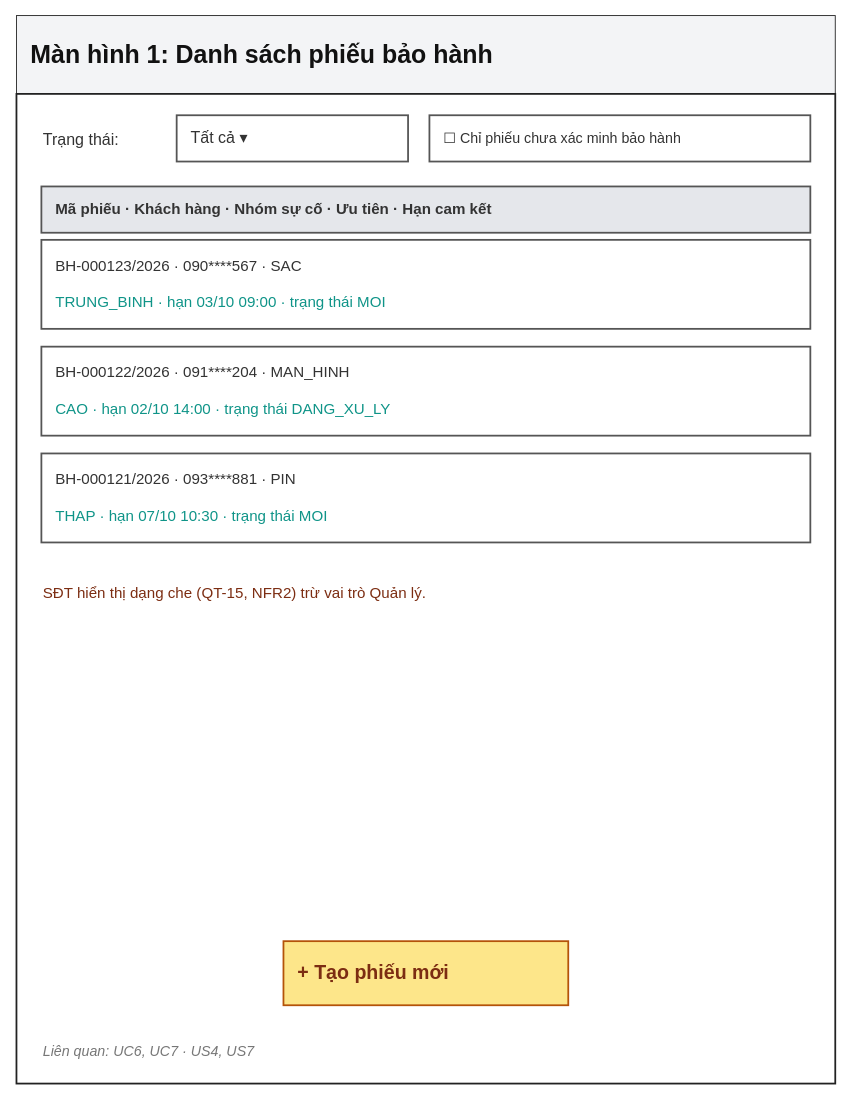
doanxuantien2374802010493/smartcrm-2374802010493-tiep-nhan-bao-hanh keeps this draw.io diagram as page "Màn hình 1 - Danh sách" (1 of 3) of docs/wireframe.drawio. Above is the earlier version. Source tidied: cells renumbered, new cells numbered last; positions are measured from the earlier drawing's top-left corner, leaving out a move shared by most shapes. Both pictures are drawn from the tidied source at 89%, with x=0, y=0 at pixel (16, 15).
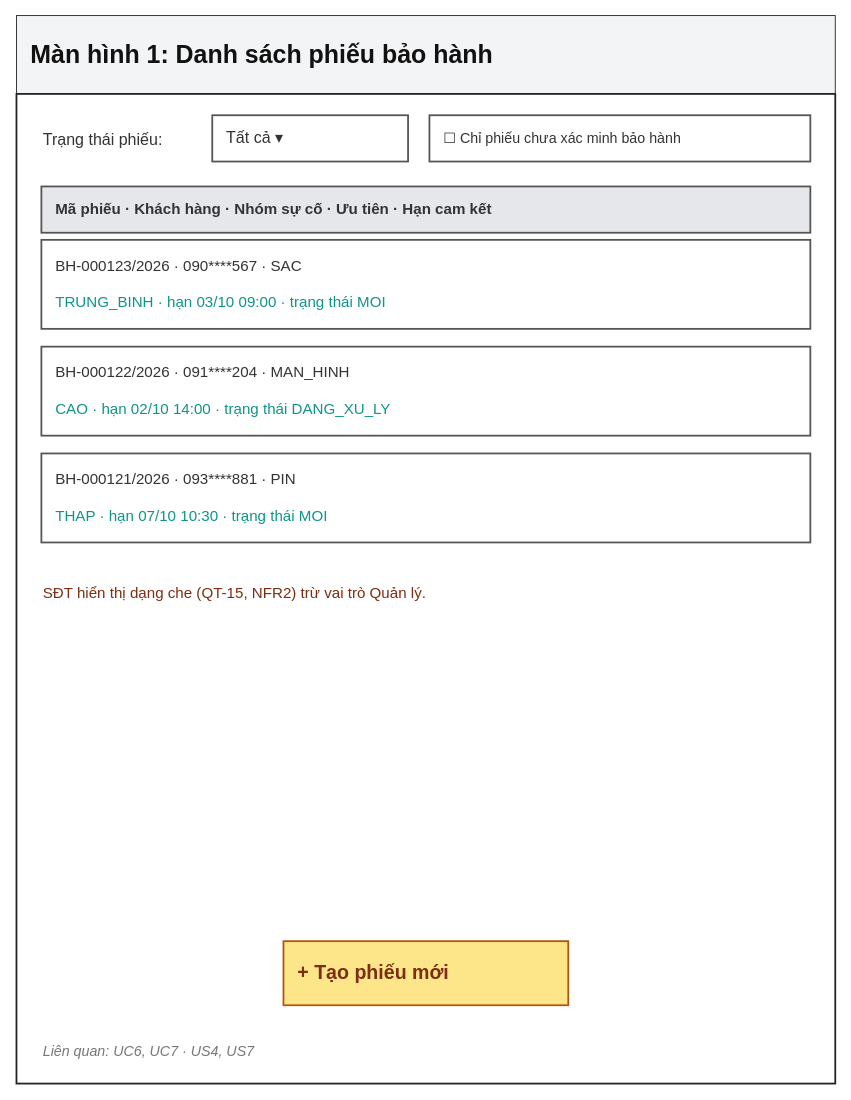
After the change.

What changed in the source:
```diff
@@
 <mxGraphModel>
   <root>
     <mxCell id="0" />
     <mxCell id="1" parent="0" />
     <mxCell id="2" value="Màn hình 1: Danh sách phiếu bảo hành" style="rounded=0;whiteSpace=wrap;html=1;fillColor=#F3F4F6;strokeColor=#222222;strokeWidth=1;fontSize=28;fontColor=#111111;align=left;verticalAlign=middle;spacingLeft=14;fontStyle=1;" parent="1" vertex="1">
       <mxGeometry width="920" height="88" as="geometry" />
     </mxCell>
     <mxCell id="3" style="rounded=0;whiteSpace=wrap;html=1;fillColor=#FFFFFF;strokeColor=#222222;strokeWidth=2;fontSize=14;fontColor=#333333;align=left;verticalAlign=middle;spacingLeft=14;" parent="1" vertex="1">
       <mxGeometry y="88" width="920" height="1112" as="geometry" />
     </mxCell>
-    <mxCell id="4" value="Trạng thái:" style="rounded=0;whiteSpace=wrap;html=1;fillColor=none;strokeColor=none;strokeWidth=0;fontSize=18;fontColor=#333333;align=left;verticalAlign=middle;spacingLeft=14;spacingLeft=0;" parent="1" vertex="1">
-      <mxGeometry x="28" y="120" width="150" height="40" as="geometry" />
+    <mxCell id="4" value="Trạng thái phiếu:" style="rounded=0;whiteSpace=wrap;html=1;fillColor=none;strokeColor=none;strokeWidth=0;fontSize=18;fontColor=#333333;align=left;verticalAlign=middle;spacingLeft=14;spacingLeft=0;" parent="1" vertex="1">
+      <mxGeometry x="28" y="120" width="190" height="40" as="geometry" />
     </mxCell>
     <mxCell id="5" value="Tất cả ▾" style="rounded=0;whiteSpace=wrap;html=1;fillColor=#FFFFFF;strokeColor=#555555;strokeWidth=2;fontSize=18;fontColor=#333333;align=left;verticalAlign=middle;spacingLeft=14;" parent="1" vertex="1">
-      <mxGeometry x="180" y="112" width="260" height="52" as="geometry" />
+      <mxGeometry x="220" y="112" width="220" height="52" as="geometry" />
     </mxCell>
     <mxCell id="6" value="☐ Chỉ phiếu chưa xác minh bảo hành" style="rounded=0;whiteSpace=wrap;html=1;fillColor=#FFFFFF;strokeColor=#555555;strokeWidth=2;fontSize=16;fontColor=#333333;align=left;verticalAlign=middle;spacingLeft=14;" parent="1" vertex="1">
       <mxGeometry x="464" y="112" width="428" height="52" as="geometry" />
     </mxCell>
     <mxCell id="7" value="Mã phiếu · Khách hàng · Nhóm sự cố · Ưu tiên · Hạn cam kết" style="rounded=0;whiteSpace=wrap;html=1;fillColor=#E5E7EB;strokeColor=#555555;strokeWidth=2;fontSize=17;fontColor=#333333;align=left;verticalAlign=middle;spacingLeft=14;fontStyle=1;" parent="1" vertex="1">
       <mxGeometry x="28" y="192" width="864" height="52" as="geometry" />
     </mxCell>
     <mxCell id="8" value="BH-000123/2026 · 090****567 · SAC&lt;br&gt;&lt;br&gt;&lt;span style='color:#0F9488'&gt;TRUNG_BINH · hạn 03/10 09:00 · trạng thái MOI&lt;/span&gt;" style="rounded=0;whiteSpace=wrap;html=1;fillColor=#FFFFFF;strokeColor=#555555;strokeWidth=2;fontSize=17;fontColor=#333333;align=left;verticalAlign=middle;spacingLeft=14;" parent="1" vertex="1">
       <mxGeometry x="28" y="252" width="864" height="100" as="geometry" />
     </mxCell>
     <mxCell id="9" value="BH-000122/2026 · 091****204 · MAN_HINH&lt;br&gt;&lt;br&gt;&lt;span style='color:#0F9488'&gt;CAO · hạn 02/10 14:00 · trạng thái DANG_XU_LY&lt;/span&gt;" style="rounded=0;whiteSpace=wrap;html=1;fillColor=#FFFFFF;strokeColor=#555555;strokeWidth=2;fontSize=17;fontColor=#333333;align=left;verticalAlign=middle;spacingLeft=14;" parent="1" vertex="1">
       <mxGeometry x="28" y="372" width="864" height="100" as="geometry" />
     </mxCell>
     <mxCell id="10" value="BH-000121/2026 · 093****881 · PIN&lt;br&gt;&lt;br&gt;&lt;span style='color:#0F9488'&gt;THAP · hạn 07/10 10:30 · trạng thái MOI&lt;/span&gt;" style="rounded=0;whiteSpace=wrap;html=1;fillColor=#FFFFFF;strokeColor=#555555;strokeWidth=2;fontSize=17;fontColor=#333333;align=left;verticalAlign=middle;spacingLeft=14;" parent="1" vertex="1">
       <mxGeometry x="28" y="492" width="864" height="100" as="geometry" />
     </mxCell>
     <mxCell id="11" value="SĐT hiển thị dạng che (QT-15, NFR2) trừ vai trò Quản lý." style="rounded=0;whiteSpace=wrap;html=1;fillColor=none;strokeColor=none;strokeWidth=0;fontSize=17;fontColor=#7C2D12;align=left;verticalAlign=middle;spacingLeft=14;spacingLeft=0;" parent="1" vertex="1">
       <mxGeometry x="28" y="630" width="860" height="40" as="geometry" />
     </mxCell>
     <mxCell id="12" value="+ Tạo phiếu mới" style="rounded=0;whiteSpace=wrap;html=1;fillColor=#FDE68A;strokeColor=#B45309;strokeWidth=2;fontSize=22;fontColor=#7C2D12;align=left;verticalAlign=middle;spacingLeft=14;fontStyle=1;" parent="1" vertex="1">
       <mxGeometry x="300" y="1040" width="320" height="72" as="geometry" />
     </mxCell>
     <mxCell id="13" value="Liên quan: UC6, UC7 · US4, US7" style="rounded=0;whiteSpace=wrap;html=1;fillColor=none;strokeColor=none;strokeWidth=0;fontSize=16;fontColor=#777777;align=left;verticalAlign=middle;spacingLeft=14;fontStyle=2;spacingLeft=0;" parent="1" vertex="1">
       <mxGeometry x="28" y="1148" width="600" height="32" as="geometry" />
     </mxCell>
   </root>
 </mxGraphModel>
```
